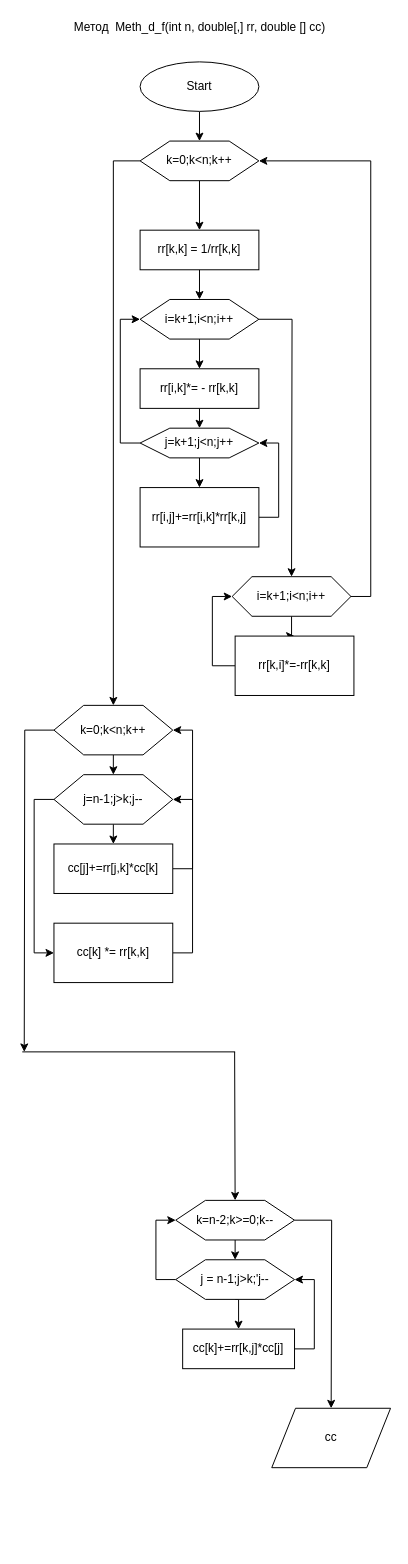
vvpykhtin/doublefact_meth keeps this draw.io diagram as page "Page-4" (4 of 4) of Untitled Diagram.drawio. Above is the earlier version. Source tidied: cells renumbered, new cells numbered last; positions are measured from the earlier drawing's top-left corner, leaving out a move shared by most shapes. Both pictures are drawn from the tidied source at 99%, with x=0, y=0 at pixel (22, 17).
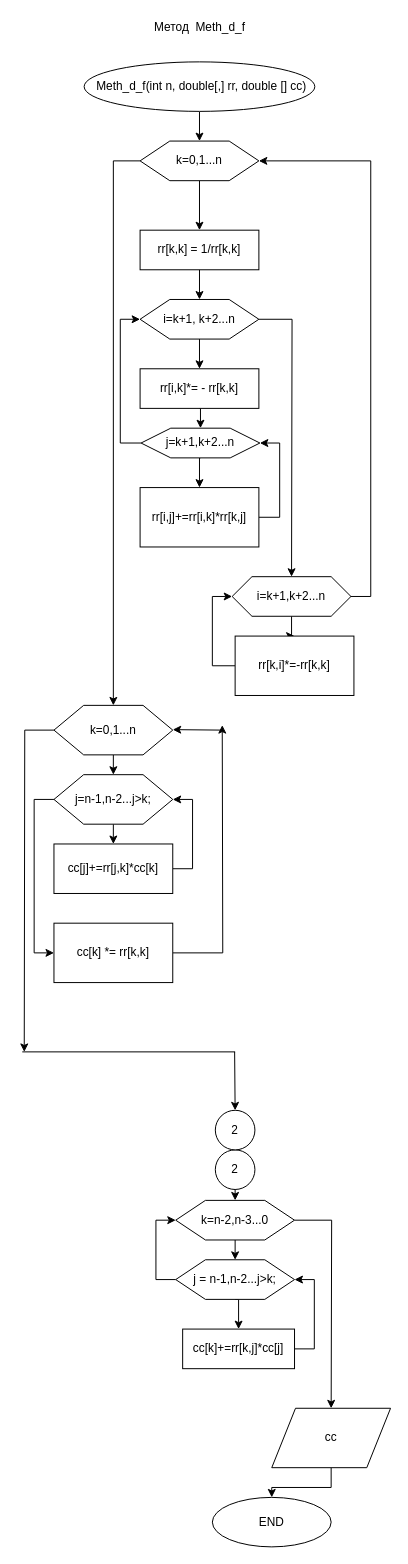
Above is the later version.

The change refers to these unchanged cells:
```xml
<mxCell id="34" value="cc[k] *= rr[k,k]" style="rounded=0;whiteSpace=wrap;html=1;" parent="1" vertex="1">
  <mxGeometry x="32" y="915" width="120" height="60" as="geometry" />
</mxCell>
<mxCell id="45" value="cc" style="shape=parallelogram;perimeter=parallelogramPerimeter;whiteSpace=wrap;html=1;" parent="1" vertex="1">
  <mxGeometry x="252" y="1405" width="120" height="60" as="geometry" />
</mxCell>
```

The edit, as a diff of the source:
```diff
@@
-    <mxCell id="2" value="Метод &amp;nbsp;Meth_d_f(int n, double[,] rr, double [] cc)&lt;br&gt;" style="text;html=1;align=center;verticalAlign=middle;" parent="1" vertex="1">
-      <mxGeometry x="44" width="270" height="20" as="geometry" />
+    <mxCell id="2" value="Метод &amp;nbsp;Meth_d_f" style="text;html=1;align=center;verticalAlign=middle;" parent="1" vertex="1">
+      <mxGeometry x="124" width="110" height="20" as="geometry" />
     </mxCell>
@@
-    <mxCell id="4" value="Start" style="ellipse;whiteSpace=wrap;html=1;" parent="1" vertex="1">
-      <mxGeometry x="119" y="45" width="120" height="50" as="geometry" />
+    <mxCell id="4" value="&amp;nbsp;Meth_d_f(int n, double[,] rr, double [] cc)" style="ellipse;whiteSpace=wrap;html=1;" parent="1" vertex="1">
+      <mxGeometry x="62.5" y="45" width="233" height="50" as="geometry" />
     </mxCell>
@@
-    <mxCell id="7" value="k=0;k&amp;lt;n;k++" style="shape=hexagon;perimeter=hexagonPerimeter2;whiteSpace=wrap;html=1;" parent="1" vertex="1">
+    <mxCell id="7" value="k=0,1...n" style="shape=hexagon;perimeter=hexagonPerimeter2;whiteSpace=wrap;html=1;" parent="1" vertex="1">
       <mxGeometry x="119" y="125" width="120" height="40" as="geometry" />
     </mxCell>
@@
-    <mxCell id="12" value="i=k+1;i&amp;lt;n;i++" style="shape=hexagon;perimeter=hexagonPerimeter2;whiteSpace=wrap;html=1;" parent="1" vertex="1">
+    <mxCell id="12" value="i=k+1, k+2...n" style="shape=hexagon;perimeter=hexagonPerimeter2;whiteSpace=wrap;html=1;" parent="1" vertex="1">
       <mxGeometry x="119" y="285" width="120" height="40" as="geometry" />
     </mxCell>
@@
-    <mxCell id="17" value="j=k+1;j&amp;lt;n;j++" style="shape=hexagon;perimeter=hexagonPerimeter2;whiteSpace=wrap;html=1;" parent="1" vertex="1">
-      <mxGeometry x="119" y="415" width="120" height="30" as="geometry" />
+    <mxCell id="17" value="j=k+1,k+2...n" style="shape=hexagon;perimeter=hexagonPerimeter2;whiteSpace=wrap;html=1;" parent="1" vertex="1">
+      <mxGeometry x="120" y="415" width="120" height="30" as="geometry" />
     </mxCell>
@@
-    <mxCell id="22" value="i=k+1;i&amp;lt;n;i++" style="shape=hexagon;perimeter=hexagonPerimeter2;whiteSpace=wrap;html=1;size=0.16666666666666666;" parent="1" vertex="1">
+    <mxCell id="22" value="i=k+1,k+2...n" style="shape=hexagon;perimeter=hexagonPerimeter2;whiteSpace=wrap;html=1;size=0.16666666666666666;" parent="1" vertex="1">
       <mxGeometry x="212" y="565" width="120" height="40" as="geometry" />
     </mxCell>
@@
-    <mxCell id="27" value="k=0;k&amp;lt;n;k++" style="shape=hexagon;perimeter=hexagonPerimeter2;whiteSpace=wrap;html=1;" parent="1" vertex="1">
+    <mxCell id="27" value="k=0,1...n" style="shape=hexagon;perimeter=hexagonPerimeter2;whiteSpace=wrap;html=1;" parent="1" vertex="1">
       <mxGeometry x="32" y="695" width="120" height="50" as="geometry" />
     </mxCell>
@@
-    <mxCell id="30" value="j=n-1;j&amp;gt;k;j--" style="shape=hexagon;perimeter=hexagonPerimeter2;whiteSpace=wrap;html=1;" parent="1" vertex="1">
+    <mxCell id="30" value="j=n-1,n-2...j&amp;gt;k;" style="shape=hexagon;perimeter=hexagonPerimeter2;whiteSpace=wrap;html=1;" parent="1" vertex="1">
       <mxGeometry x="32" y="765" width="120" height="50" as="geometry" />
     </mxCell>
@@
-    <mxCell id="33" style="edgeStyle=orthogonalEdgeStyle;rounded=0;jettySize=auto;html=1;exitX=1;exitY=0.5;exitDx=0;exitDy=0;entryX=1;entryY=0.5;entryDx=0;entryDy=0;" parent="1" edge="1" source="34" target="27">
-      <mxGeometry relative="1" as="geometry" />
-    </mxCell>
+    <mxCell id="47" style="edgeStyle=orthogonalEdgeStyle;rounded=0;jettySize=auto;html=1;exitX=1;exitY=0.5;exitDx=0;exitDy=0;" parent="1" edge="1" source="34">
+      <mxGeometry relative="1" as="geometry">
+        <mxPoint x="202" y="715" as="targetPoint" />
+      </mxGeometry>
+    </mxCell>
@@
-    <mxCell id="36" style="endArrow=classic;html=1;" parent="1" edge="1">
+    <mxCell id="36" style="endArrow=classic;html=1;" parent="1" edge="1" source="52">
       <mxGeometry relative="1" as="geometry">
-        <mxPoint x="214.5" y="1045" as="sourcePoint" />
         <mxPoint x="215" y="1195" as="targetPoint" />
       </mxGeometry>
     </mxCell>
@@
-    <mxCell id="39" value="k=n-2;k&amp;gt;=0;k--" style="shape=hexagon;perimeter=hexagonPerimeter2;whiteSpace=wrap;html=1;" parent="1" vertex="1">
+    <mxCell id="39" value="k=n-2,n-3...0" style="shape=hexagon;perimeter=hexagonPerimeter2;whiteSpace=wrap;html=1;" parent="1" vertex="1">
       <mxGeometry x="155" y="1195" width="120" height="40" as="geometry" />
     </mxCell>
@@
-    <mxCell id="42" value="j = n-1;j&amp;gt;k;'j--" style="shape=hexagon;perimeter=hexagonPerimeter2;whiteSpace=wrap;html=1;" parent="1" vertex="1">
+    <mxCell id="42" value="j = n-1,n-2...j&amp;gt;k;" style="shape=hexagon;perimeter=hexagonPerimeter2;whiteSpace=wrap;html=1;" parent="1" vertex="1">
       <mxGeometry x="155" y="1255" width="120" height="40" as="geometry" />
     </mxCell>
@@
+    <mxCell id="48" style="edgeStyle=orthogonalEdgeStyle;rounded=0;jettySize=auto;html=1;exitX=0.5;exitY=1;exitDx=0;exitDy=0;" parent="1" edge="1" source="45" target="50">
+      <mxGeometry relative="1" as="geometry" />
+    </mxCell>
@@
+    <mxCell id="49" style="endArrow=classic;html=1;" parent="1" edge="1">
+      <mxGeometry relative="1" as="geometry">
+        <mxPoint x="202" y="720" as="sourcePoint" />
+        <mxPoint x="152" y="719.5" as="targetPoint" />
+      </mxGeometry>
+    </mxCell>
+    <mxCell id="50" value="END" style="ellipse;whiteSpace=wrap;html=1;" parent="1" vertex="1">
+      <mxGeometry x="192" y="1495" width="120" height="50" as="geometry" />
+    </mxCell>
+    <mxCell id="51" value="2" style="ellipse;whiteSpace=wrap;html=1;" parent="1" vertex="1">
+      <mxGeometry x="195" y="1144" width="40" height="40" as="geometry" />
+    </mxCell>
+    <mxCell id="52" value="2" style="ellipse;whiteSpace=wrap;html=1;" parent="1" vertex="1">
+      <mxGeometry x="195" y="1104" width="40" height="40" as="geometry" />
+    </mxCell>
+    <mxCell id="53" style="endArrow=classic;html=1;" parent="1" edge="1" target="52">
+      <mxGeometry relative="1" as="geometry">
+        <mxPoint x="214.5" y="1045" as="sourcePoint" />
+      </mxGeometry>
+    </mxCell>
```
